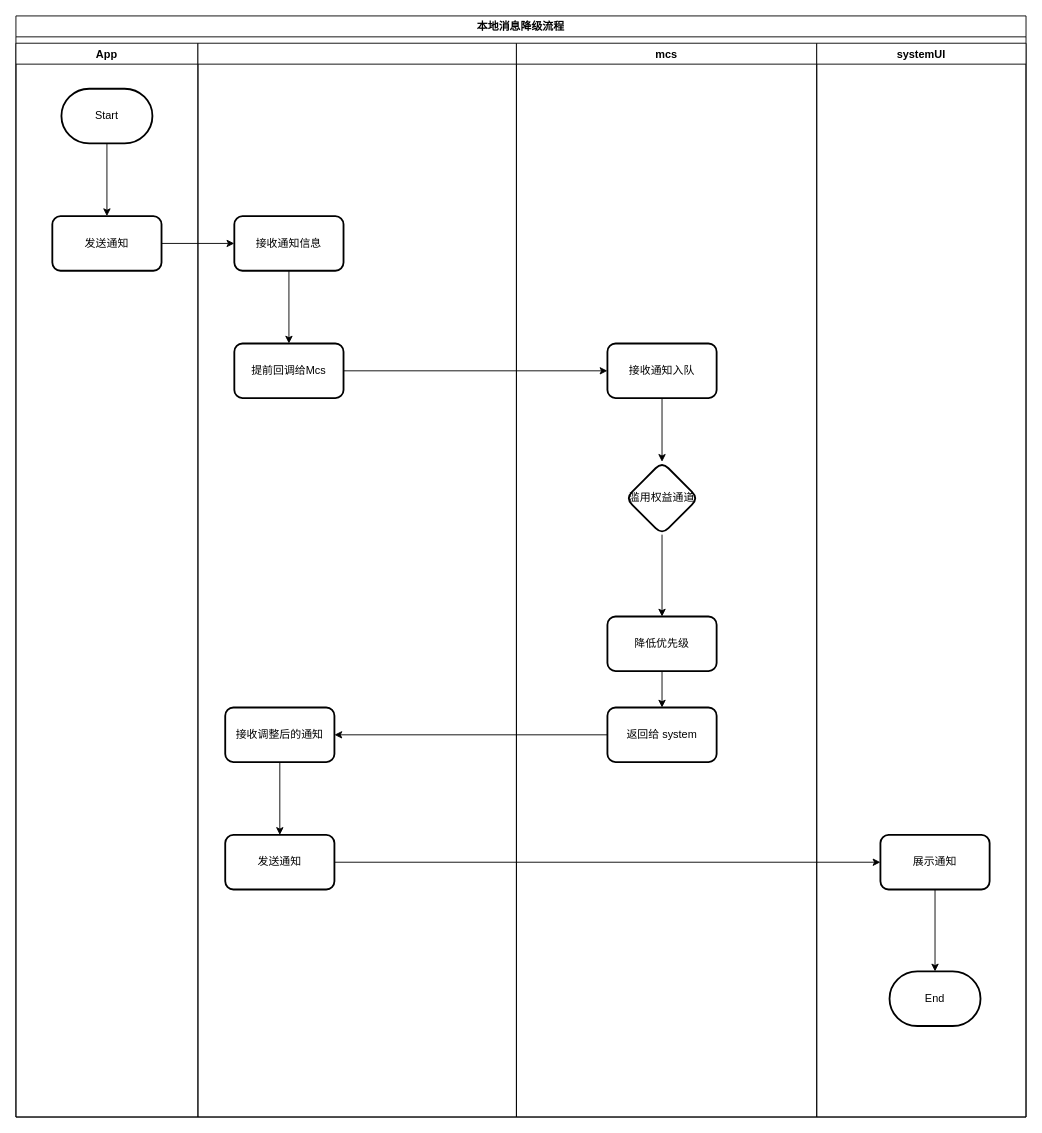
This is 本地通知降级.drawio from WatchAnt/for_draw.io, a draw.io file, before an edit. Source tidied: cells renumbered, new cells numbered last; positions are measured from the earlier drawing's top-left corner, leaving out a move shared by most shapes. Both pictures are drawn from the tidied source at 91%, with x=0, y=0 at pixel (15, 15).
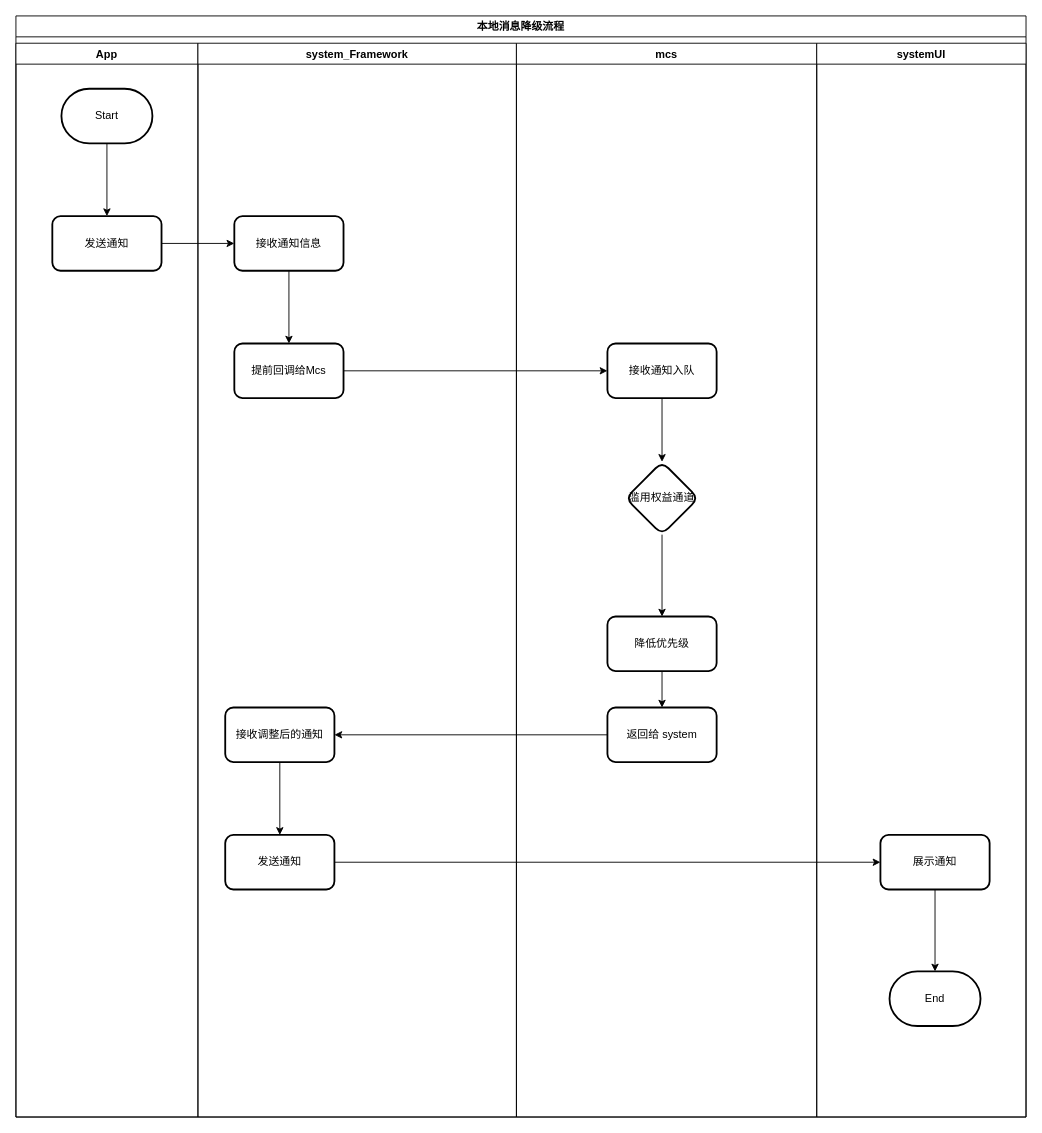
After the change.

Commit message (it also covers changes not shown here):
更新本地通知降级.drawio

Unchanged cells that the change refers to:
```xml
<mxCell id="2" value="本地消息降级流程" style="swimlane;" parent="1" vertex="1">
  <mxGeometry width="1110" height="1210" as="geometry" />
</mxCell>
```

The edit, as a diff of the source:
```diff
@@
-    <mxCell id="7" style="swimlane;align=center;" parent="2" vertex="1">
+    <mxCell id="7" value="system_Framework" style="swimlane;align=center;startSize=23;" parent="2" vertex="1">
       <mxGeometry x="200" y="30" width="350" height="1180" as="geometry" />
     </mxCell>
```
